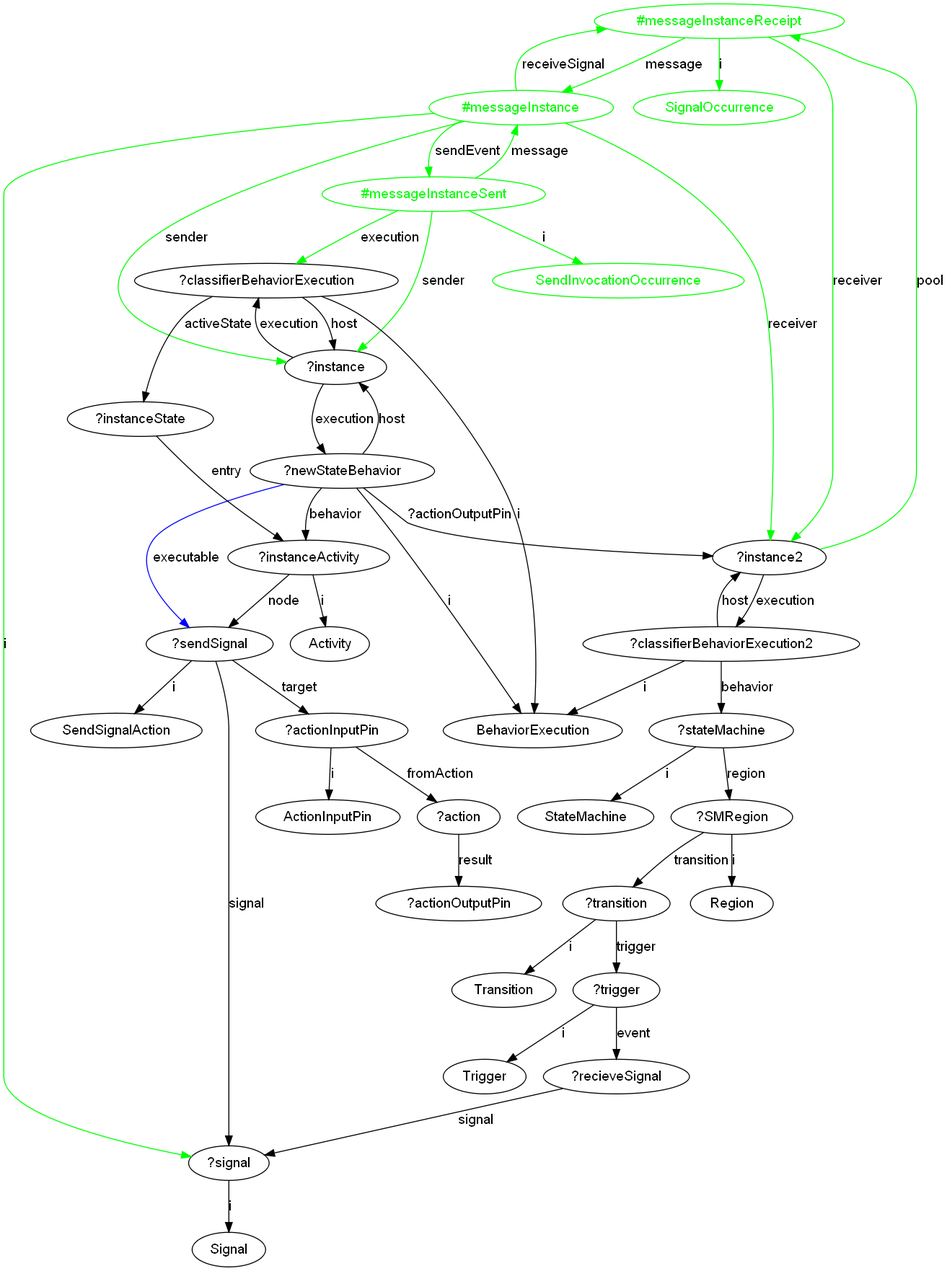
Before: GraphOutputs/sendSignalAction.dot.png, a diagram exported from Graphviz (luisneiva/graf-framework). Its source is kept beside it as GraphOutputs/sendSignalAction.dot.
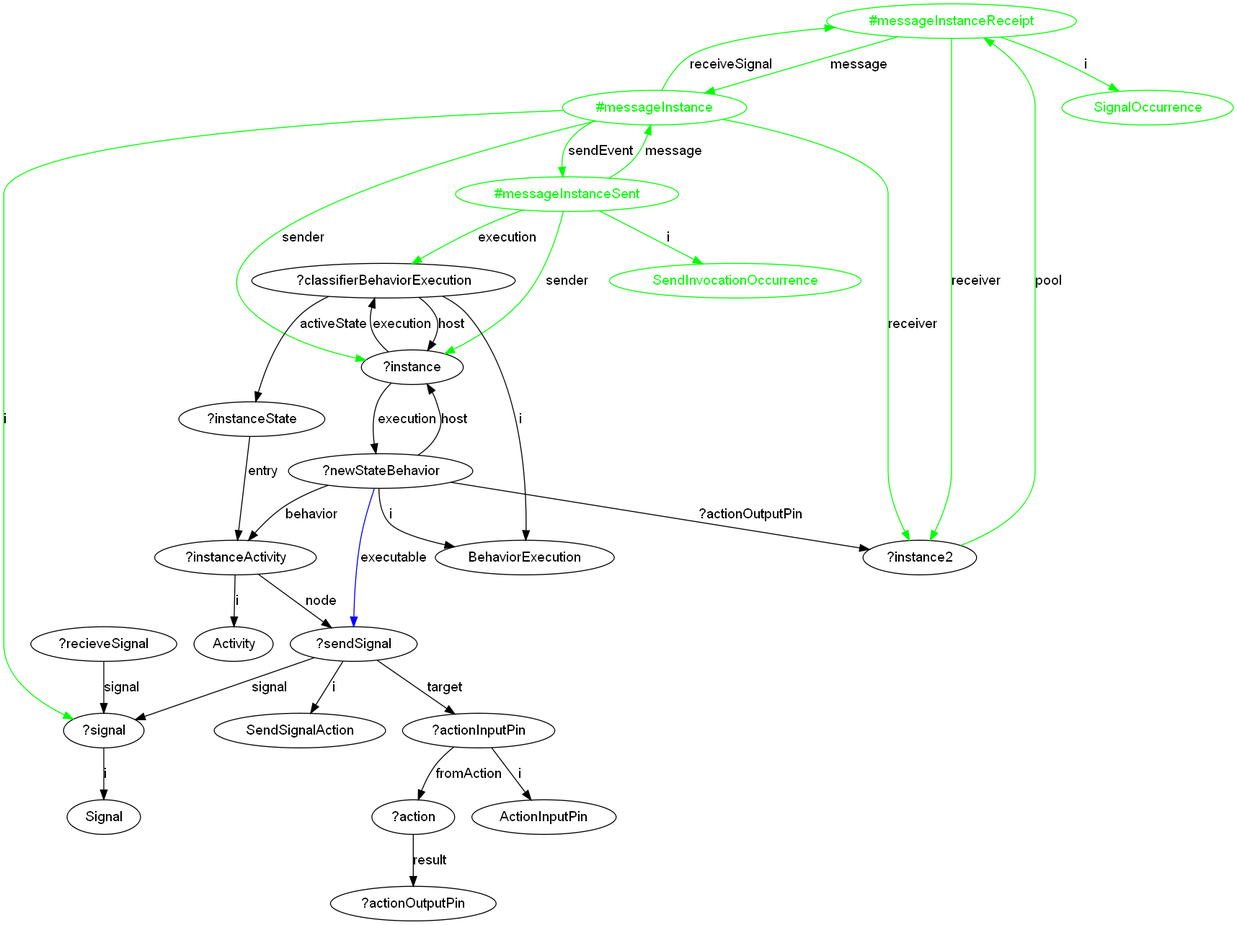
The same diagram one commit later.

The edit, as a diff of the source:
```diff
@@ -23,18 +23,6 @@
 	"?instance" -> "?classifierBehaviorExecution" [label="execution"]
 	"?classifierBehaviorExecution" -> "BehaviorExecution" [label="i"]
 	"?newStateBehavior" -> "BehaviorExecution" [label="i"]
-	"?classifierBehaviorExecution2" -> "BehaviorExecution" [label="i"]
-	"?classifierBehaviorExecution2" -> "?instance2" [label="host"]
-	"?instance2" -> "?classifierBehaviorExecution2" [label="execution"]
-	"?classifierBehaviorExecution2" -> "?stateMachine" [label="behavior"]
-	"?stateMachine" -> "StateMachine" [label="i"]
-	"?SMRegion" -> "Region" [label="i"]
-	"?transition" -> "Transition" [label="i"]
-	"?trigger" -> "Trigger" [label="i"]
-	"?stateMachine" -> "?SMRegion" [label="region"]
-	"?SMRegion" -> "?transition" [label="transition"]
-	"?transition" -> "?trigger" [label="trigger"]
-	"?trigger" -> "?recieveSignal" [label="event"]
 	"?recieveSignal" -> "?signal" [label="signal"]
 	"?signal" -> "Signal" [label="i"]
 	"?actionInputPin" -> "ActionInputPin" [label="i"]
```
